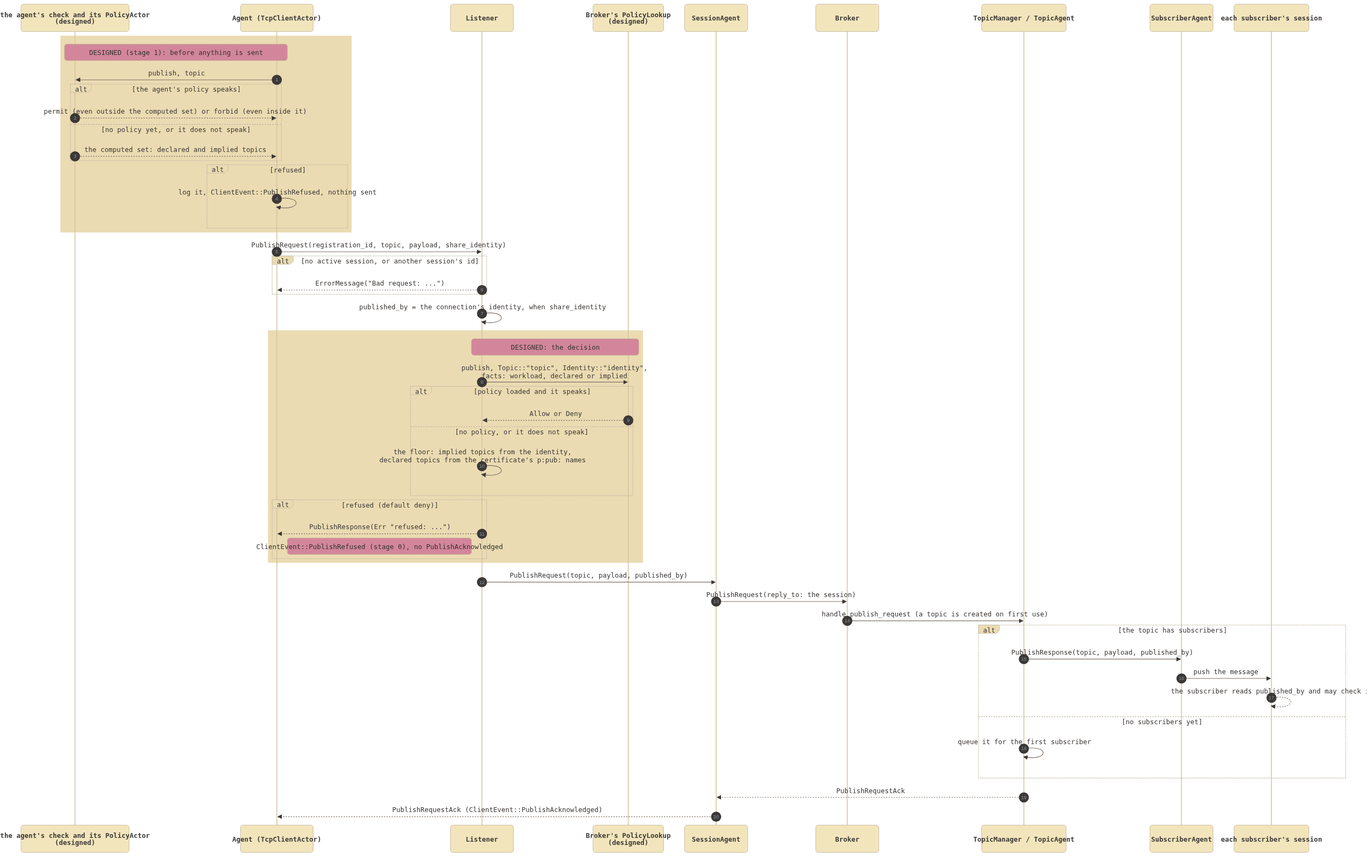
Above: docs/architecture/sequences/broker/client_publish.png in cmu-sei/Polar (Mermaid), before the change. Its source is kept beside it as docs/architecture/sequences/broker/client_publish.mmd.
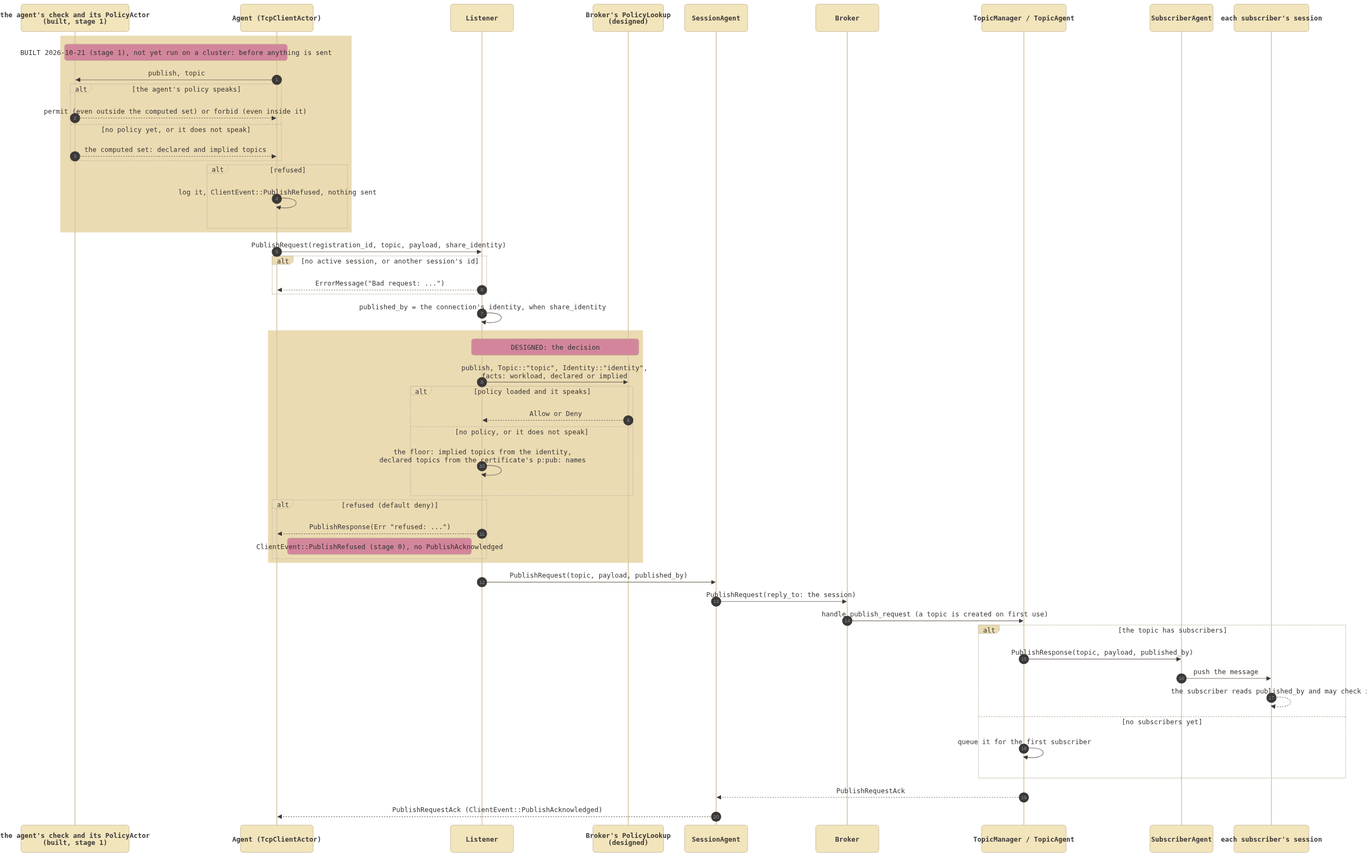
The same diagram one commit later.

Commit message:
feat(agent-builder): every publish and subscribe is checked, the agent's policy first

What changed in the source:
```diff
@@ -1,7 +1,7 @@
 
 sequenceDiagram
     autonumber
-    participant Own as the agent's check and its PolicyActor<br/>(designed)
+    participant Own as the agent's check and its PolicyActor<br/>(built, stage 1)
     participant Client as Agent (TcpClientActor)
     participant Listener
     participant Policy as Broker's PolicyLookup<br/>(designed)
@@ -12,7 +12,7 @@
     participant Peer as each subscriber's session
 
     rect rgb(235, 219, 178)
-    Note over Own,Client: DESIGNED (stage 1): before anything is sent
+    Note over Own,Client: BUILT 2026-10-21 (stage 1), not yet run on a cluster: before anything is sent
     Client->>Own: publish, topic
     alt the agent's policy speaks
         Own-->>Client: permit (even outside the computed set) or forbid (even inside it)
```
